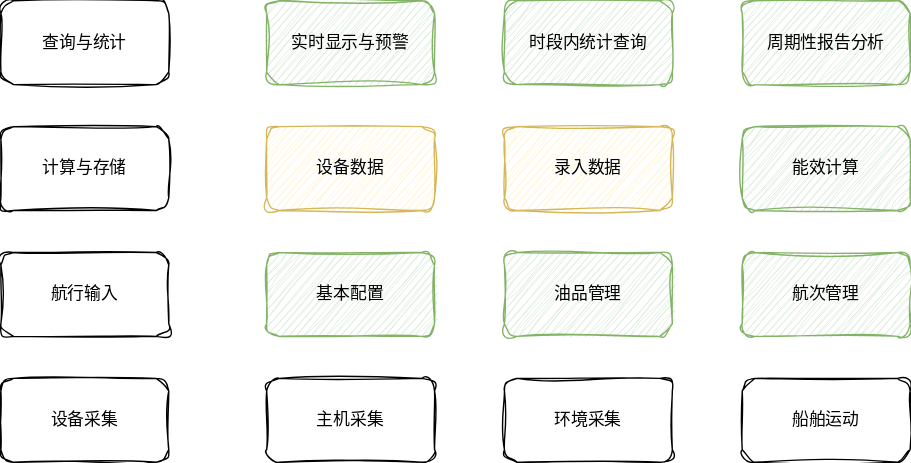
This is 702-能效.drawio.svg from lzdong0714/note, a draw.io export, as it was before one commit. Source tidied: cells renumbered, new cells last; positions are measured from the earlier drawing's top-left corner, leaving out a move shared by most shapes.
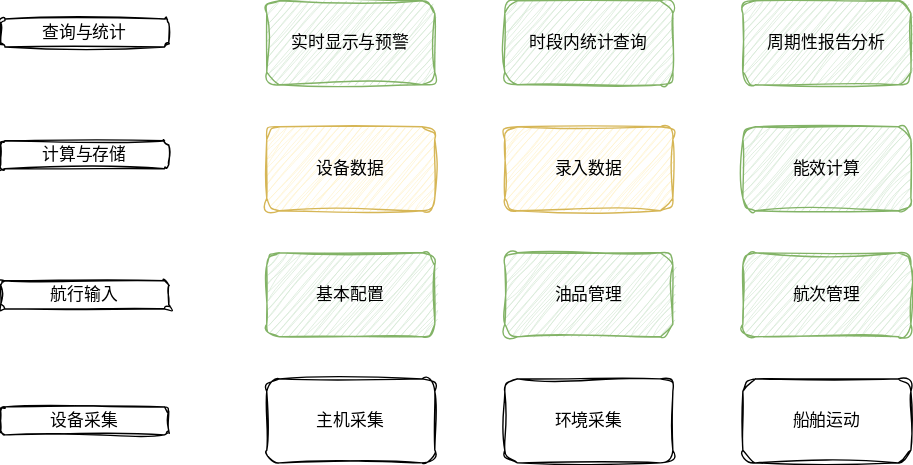
Above is the later version.

What changed in the source:
```diff
@@ -3,16 +3,16 @@
     <mxCell id="0" />
     <mxCell id="1" parent="0" />
     <mxCell id="2" value="航行输入" style="rounded=1;whiteSpace=wrap;html=1;sketch=1;hachureGap=4;jiggle=2;curveFitting=1;fontFamily=Architects Daughter;fontSource=https%3A%2F%2Ffonts.googleapis.com%2Fcss%3Ffamily%3DArchitects%2BDaughter;" parent="1" vertex="1">
-      <mxGeometry y="180" width="120" height="60" as="geometry" />
+      <mxGeometry y="200" width="120" height="20" as="geometry" />
     </mxCell>
     <mxCell id="3" value="设备采集" style="rounded=1;whiteSpace=wrap;html=1;sketch=1;hachureGap=4;jiggle=2;curveFitting=1;fontFamily=Architects Daughter;fontSource=https%3A%2F%2Ffonts.googleapis.com%2Fcss%3Ffamily%3DArchitects%2BDaughter;" parent="1" vertex="1">
-      <mxGeometry y="270" width="120" height="60" as="geometry" />
+      <mxGeometry y="290" width="120" height="20" as="geometry" />
     </mxCell>
     <mxCell id="4" value="计算与存储" style="rounded=1;whiteSpace=wrap;html=1;sketch=1;hachureGap=4;jiggle=2;curveFitting=1;fontFamily=Architects Daughter;fontSource=https%3A%2F%2Ffonts.googleapis.com%2Fcss%3Ffamily%3DArchitects%2BDaughter;" parent="1" vertex="1">
-      <mxGeometry y="90" width="120" height="60" as="geometry" />
+      <mxGeometry y="100" width="120" height="20" as="geometry" />
     </mxCell>
-    <mxCell id="5" value="查询与统计" style="rounded=1;whiteSpace=wrap;html=1;sketch=1;hachureGap=4;jiggle=2;curveFitting=1;fontFamily=Architects Daughter;fontSource=https%3A%2F%2Ffonts.googleapis.com%2Fcss%3Ffamily%3DArchitects%2BDaughter;" parent="1" vertex="1">
-      <mxGeometry width="120" height="60" as="geometry" />
+    <mxCell id="5" value="查询与统计" style="rounded=1;whiteSpace=wrap;html=1;hachureGap=4;fontFamily=Architects Daughter;fontSource=https%3A%2F%2Ffonts.googleapis.com%2Fcss%3Ffamily%3DArchitects%2BDaughter;sketch=1;curveFitting=1;jiggle=2;" parent="1" vertex="1">
+      <mxGeometry y="13" width="120" height="20" as="geometry" />
     </mxCell>
     <mxCell id="6" value="主机采集" style="rounded=1;whiteSpace=wrap;html=1;sketch=1;hachureGap=4;jiggle=2;curveFitting=1;fontFamily=Architects Daughter;fontSource=https%3A%2F%2Ffonts.googleapis.com%2Fcss%3Ffamily%3DArchitects%2BDaughter;" parent="1" vertex="1">
       <mxGeometry x="190" y="270" width="120" height="60" as="geometry" />
```
